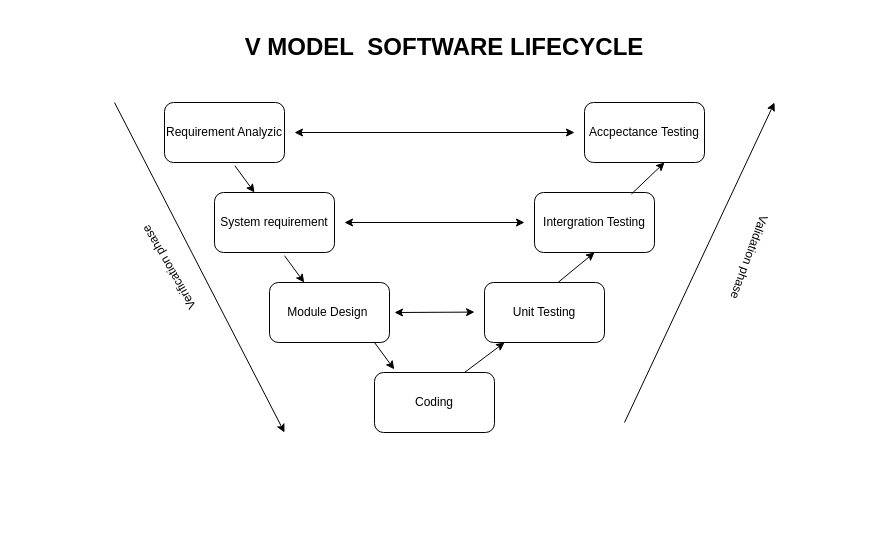
hienprogramming/Embedded keeps this draw.io diagram as CAN-Testing/V_MODEL.drawio. Above is the earlier version. Source tidied: cells renumbered, new cells numbered last; positions are measured from the earlier drawing's top-left corner, leaving out a move shared by most shapes. Both pictures are drawn from the tidied source at 100%, with x=0, y=0 at pixel (104, 32).
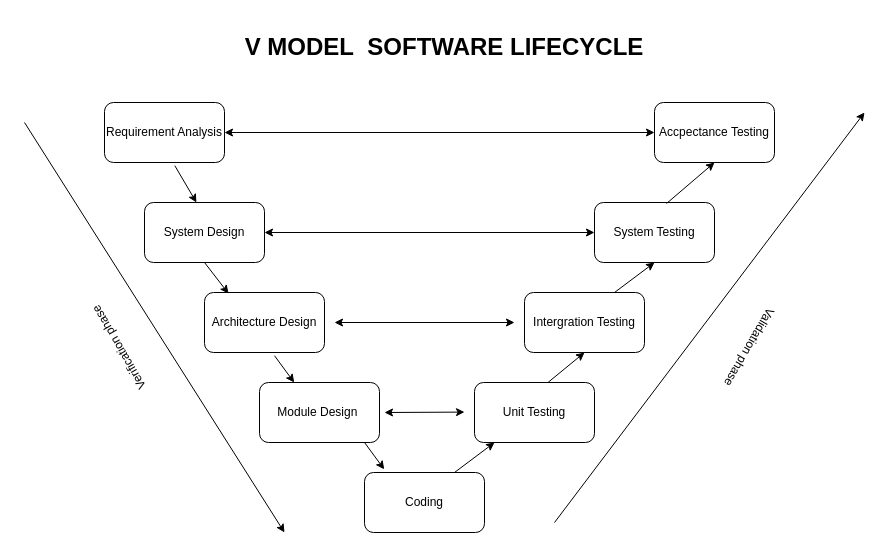
After the change.

Change to the diagram source:
```diff
@@
-    <mxCell id="2" value="Requirement Analyzic" style="rounded=1;whiteSpace=wrap;html=1;" parent="1" vertex="1">
-      <mxGeometry x="60" y="70" width="120" height="60" as="geometry" />
+    <mxCell id="2" value="Requirement Analysis" style="rounded=1;whiteSpace=wrap;html=1;" parent="1" vertex="1">
+      <mxGeometry y="70" width="120" height="60" as="geometry" />
     </mxCell>
-    <mxCell id="3" value="System requirement" style="rounded=1;whiteSpace=wrap;html=1;" parent="1" vertex="1">
-      <mxGeometry x="110" y="160" width="120" height="60" as="geometry" />
+    <mxCell id="3" value="Architecture Design" style="rounded=1;whiteSpace=wrap;html=1;" parent="1" vertex="1">
+      <mxGeometry x="100" y="260" width="120" height="60" as="geometry" />
     </mxCell>
     <mxCell id="4" value="Module Design&amp;nbsp;" style="rounded=1;whiteSpace=wrap;html=1;" parent="1" vertex="1">
-      <mxGeometry x="165" y="250" width="120" height="60" as="geometry" />
+      <mxGeometry x="155" y="350" width="120" height="60" as="geometry" />
     </mxCell>
     <mxCell id="5" value="Coding" style="rounded=1;whiteSpace=wrap;html=1;" parent="1" vertex="1">
-      <mxGeometry x="270" y="340" width="120" height="60" as="geometry" />
+      <mxGeometry x="260" y="440" width="120" height="60" as="geometry" />
     </mxCell>
     <mxCell id="6" value="Unit Testing" style="rounded=1;whiteSpace=wrap;html=1;" parent="1" vertex="1">
-      <mxGeometry x="380" y="250" width="120" height="60" as="geometry" />
+      <mxGeometry x="370" y="350" width="120" height="60" as="geometry" />
     </mxCell>
     <mxCell id="7" value="Intergration Testing" style="rounded=1;whiteSpace=wrap;html=1;" parent="1" vertex="1">
-      <mxGeometry x="430" y="160" width="120" height="60" as="geometry" />
+      <mxGeometry x="420" y="260" width="120" height="60" as="geometry" />
     </mxCell>
     <mxCell id="8" value="Accpectance Testing" style="rounded=1;whiteSpace=wrap;html=1;" parent="1" vertex="1">
-      <mxGeometry x="480" y="70" width="120" height="60" as="geometry" />
+      <mxGeometry x="550" y="70" width="120" height="60" as="geometry" />
     </mxCell>
     <mxCell id="9" style="endArrow=classic;html=1;" parent="1" edge="1">
       <mxGeometry relative="1" as="geometry">
-        <mxPoint x="10" y="70" as="sourcePoint" />
-        <mxPoint x="180" y="400" as="targetPoint" />
+        <mxPoint x="-80" y="90" as="sourcePoint" />
+        <mxPoint x="180" y="500" as="targetPoint" />
       </mxGeometry>
     </mxCell>
     <mxCell id="10" style="endArrow=classic;html=1;" parent="1" edge="1">
       <mxGeometry relative="1" as="geometry">
-        <mxPoint x="520" y="390" as="sourcePoint" />
-        <mxPoint x="670" y="70" as="targetPoint" />
+        <mxPoint x="450" y="490" as="sourcePoint" />
+        <mxPoint x="760" y="80" as="targetPoint" />
       </mxGeometry>
     </mxCell>
     <mxCell id="11" value="Verification phase" style="text;html=1;strokeColor=none;fillColor=none;align=center;verticalAlign=middle;whiteSpace=wrap;rounded=0;rotation=-120;" parent="1" vertex="1">
-      <mxGeometry y="220" width="130" height="30" as="geometry" />
+      <mxGeometry x="-50" y="300" width="130" height="30" as="geometry" />
     </mxCell>
-    <mxCell id="12" value="Validation phase" style="text;html=1;strokeColor=none;fillColor=none;align=center;verticalAlign=middle;whiteSpace=wrap;rounded=0;rotation=110;" parent="1" vertex="1">
-      <mxGeometry x="580" y="210" width="130" height="30" as="geometry" />
+    <mxCell id="12" value="Validation phase" style="text;html=1;strokeColor=none;fillColor=none;align=center;verticalAlign=middle;whiteSpace=wrap;rounded=0;rotation=-240;" parent="1" vertex="1">
+      <mxGeometry x="580" y="300" width="130" height="30" as="geometry" />
     </mxCell>
-    <mxCell id="13" style="endArrow=classic;startArrow=classic;html=1;" parent="1" edge="1">
-      <mxGeometry relative="1" as="geometry">
-        <mxPoint x="190" y="100" as="sourcePoint" />
-        <mxPoint x="470" y="100" as="targetPoint" />
-      </mxGeometry>
+    <mxCell id="13" style="endArrow=classic;startArrow=classic;html=1;entryX=0;entryY=0.5;entryDx=0;entryDy=0;exitX=1;exitY=0.5;exitDx=0;exitDy=0;" parent="1" edge="1" source="2" target="8">
+      <mxGeometry relative="1" as="geometry" />
     </mxCell>
     <mxCell id="14" style="endArrow=classic;startArrow=classic;html=1;" parent="1" edge="1">
       <mxGeometry relative="1" as="geometry">
-        <mxPoint x="240" y="190" as="sourcePoint" />
-        <mxPoint x="420" y="190" as="targetPoint" />
+        <mxPoint x="230" y="290" as="sourcePoint" />
+        <mxPoint x="410" y="290" as="targetPoint" />
       </mxGeometry>
     </mxCell>
     <mxCell id="15" style="endArrow=classic;startArrow=classic;html=1;" parent="1" edge="1">
       <mxGeometry relative="1" as="geometry">
-        <mxPoint x="290" y="280" as="sourcePoint" />
-        <mxPoint x="370" y="279.6" as="targetPoint" />
+        <mxPoint x="280" y="380" as="sourcePoint" />
+        <mxPoint x="360" y="379.6" as="targetPoint" />
       </mxGeometry>
     </mxCell>
-    <mxCell id="16" style="endArrow=classic;html=1;exitX=0.586;exitY=1.053;exitDx=0;exitDy=0;exitPerimeter=0;" parent="1" edge="1" source="2">
-      <mxGeometry relative="1" as="geometry">
-        <mxPoint x="150" y="160" as="targetPoint" />
-      </mxGeometry>
+    <mxCell id="16" style="endArrow=classic;html=1;exitX=0.586;exitY=1.053;exitDx=0;exitDy=0;exitPerimeter=0;entryX=0.433;entryY=0;entryDx=0;entryDy=0;entryPerimeter=0;" parent="1" edge="1" source="2" target="23">
+      <mxGeometry relative="1" as="geometry" />
     </mxCell>
     <mxCell id="17" style="endArrow=classic;html=1;exitX=0.586;exitY=1.053;exitDx=0;exitDy=0;exitPerimeter=0;" parent="1" edge="1">
       <mxGeometry relative="1" as="geometry">
-        <mxPoint x="180" y="223.2" as="sourcePoint" />
-        <mxPoint x="199.7" y="250" as="targetPoint" />
+        <mxPoint x="170" y="323.2" as="sourcePoint" />
+        <mxPoint x="189.7" y="350" as="targetPoint" />
       </mxGeometry>
     </mxCell>
     <mxCell id="18" style="endArrow=classic;html=1;exitX=0.586;exitY=1.053;exitDx=0;exitDy=0;exitPerimeter=0;" parent="1" edge="1">
       <mxGeometry relative="1" as="geometry">
-        <mxPoint x="270" y="310" as="sourcePoint" />
-        <mxPoint x="289.7" y="336.8" as="targetPoint" />
+        <mxPoint x="260" y="410" as="sourcePoint" />
+        <mxPoint x="279.7" y="436.8" as="targetPoint" />
       </mxGeometry>
     </mxCell>
     <mxCell id="19" style="endArrow=classic;html=1;exitX=0.75;exitY=0;exitDx=0;exitDy=0;" parent="1" edge="1" source="5">
       <mxGeometry relative="1" as="geometry">
-        <mxPoint x="400" y="310" as="targetPoint" />
+        <mxPoint x="390" y="410" as="targetPoint" />
       </mxGeometry>
     </mxCell>
     <mxCell id="20" style="endArrow=classic;html=1;exitX=0.614;exitY=-0.003;exitDx=0;exitDy=0;exitPerimeter=0;" parent="1" edge="1" source="6">
       <mxGeometry relative="1" as="geometry">
-        <mxPoint x="490" y="220" as="targetPoint" />
+        <mxPoint x="480" y="320" as="targetPoint" />
       </mxGeometry>
     </mxCell>
-    <mxCell id="21" style="endArrow=classic;html=1;exitX=0.808;exitY=0.025;exitDx=0;exitDy=0;exitPerimeter=0;" parent="1" edge="1" source="7">
-      <mxGeometry relative="1" as="geometry">
-        <mxPoint x="560" y="130" as="targetPoint" />
-      </mxGeometry>
-    </mxCell>
@@
+    <mxCell id="23" value="System Design" style="rounded=1;whiteSpace=wrap;html=1;" parent="1" vertex="1">
+      <mxGeometry x="40" y="170" width="120" height="60" as="geometry" />
+    </mxCell>
+    <mxCell id="24" style="endArrow=classic;html=1;exitX=0.5;exitY=1;exitDx=0;exitDy=0;entryX=0.2;entryY=0.017;entryDx=0;entryDy=0;entryPerimeter=0;" parent="1" edge="1" source="23" target="3">
+      <mxGeometry relative="1" as="geometry" />
+    </mxCell>
+    <mxCell id="25" value="System Testing" style="rounded=1;whiteSpace=wrap;html=1;" parent="1" vertex="1">
+      <mxGeometry x="490" y="170" width="120" height="60" as="geometry" />
+    </mxCell>
+    <mxCell id="26" style="endArrow=classic;startArrow=classic;html=1;exitX=1;exitY=0.5;exitDx=0;exitDy=0;" parent="1" edge="1" source="23" target="25">
+      <mxGeometry relative="1" as="geometry" />
+    </mxCell>
+    <mxCell id="27" style="endArrow=classic;html=1;entryX=0.5;entryY=1;entryDx=0;entryDy=0;exitX=0.75;exitY=0;exitDx=0;exitDy=0;" parent="1" edge="1" source="7" target="25">
+      <mxGeometry relative="1" as="geometry" />
+    </mxCell>
+    <mxCell id="28" style="endArrow=classic;html=1;entryX=0.5;entryY=1;entryDx=0;entryDy=0;exitX=0.6;exitY=0.017;exitDx=0;exitDy=0;exitPerimeter=0;" parent="1" edge="1" source="25" target="8">
+      <mxGeometry relative="1" as="geometry" />
+    </mxCell>
```
